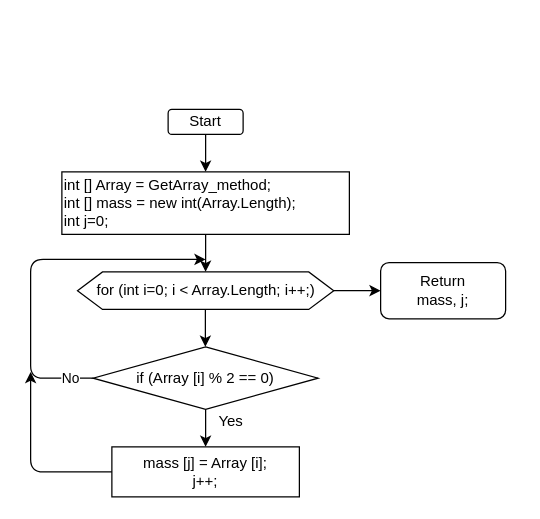
Before: 2021/BlockDiagram/GetEvenIntegers_method.drawio in AbubakirovRA/FinalWork2021, a draw.io diagram. Source tidied: cells renumbered, new cells numbered last; positions are measured from the earlier drawing's top-left corner, leaving out a move shared by most shapes. Both pictures are drawn from the tidied source at 125%, with x=0, y=0 at pixel (30, 109).
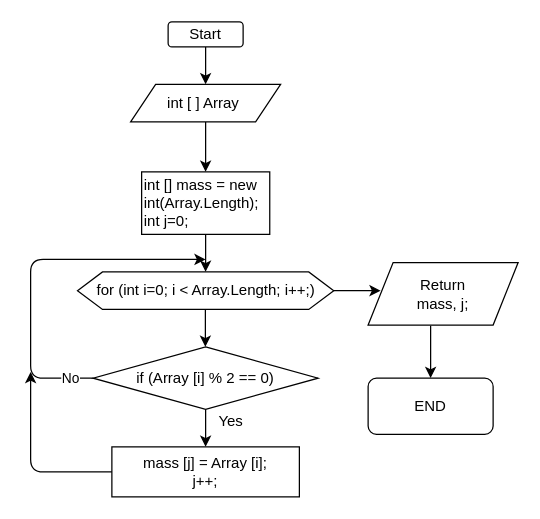
After the change.

Diff of the diagram source:
```diff
@@
     <mxCell id="2" value="Start" style="rounded=1;whiteSpace=wrap;html=1;" parent="1" vertex="1">
-      <mxGeometry x="110" width="60" height="20" as="geometry" />
+      <mxGeometry x="110" y="-70" width="60" height="20" as="geometry" />
     </mxCell>
     <mxCell id="3" style="endArrow=classic;html=1;exitX=0.5;exitY=1;exitDx=0;exitDy=0;" parent="1" edge="1" source="2">
       <mxGeometry relative="1" as="geometry">
-        <mxPoint x="140" y="50" as="targetPoint" />
+        <mxPoint x="140" y="-20" as="targetPoint" />
       </mxGeometry>
     </mxCell>
-    <mxCell id="4" value="int [] Array = GetArray_method;&lt;br&gt;int [] mass = new int(Array.Length);&lt;br&gt;int j=0;" style="rounded=0;whiteSpace=wrap;html=1;align=left;" parent="1" vertex="1">
-      <mxGeometry x="25" y="50" width="230" height="50" as="geometry" />
+    <mxCell id="4" value="int [] mass = new int(Array.Length);&lt;br&gt;int j=0;" style="rounded=0;whiteSpace=wrap;html=1;align=left;" parent="1" vertex="1">
+      <mxGeometry x="88.8" y="50" width="102.5" height="50" as="geometry" />
     </mxCell>
@@
-    <mxCell id="14" value="Return &lt;br&gt;mass, j;" style="rounded=1;whiteSpace=wrap;html=1;" parent="1" vertex="1">
-      <mxGeometry x="280" y="122.5" width="100" height="45" as="geometry" />
+    <mxCell id="14" value="END" style="rounded=1;whiteSpace=wrap;html=1;" parent="1" vertex="1">
+      <mxGeometry x="270" y="215" width="100" height="45" as="geometry" />
     </mxCell>
@@
+    <mxCell id="17" value="&lt;span style=&quot;text-align: left&quot;&gt;int [ ] Array&amp;nbsp;&lt;/span&gt;" style="shape=parallelogram;perimeter=parallelogramPerimeter;whiteSpace=wrap;html=1;fixedSize=1;" parent="1" vertex="1">
+      <mxGeometry x="80" y="-20" width="120" height="30" as="geometry" />
+    </mxCell>
+    <mxCell id="18" style="endArrow=classic;html=1;exitX=0.5;exitY=1;exitDx=0;exitDy=0;" parent="1" edge="1">
+      <mxGeometry relative="1" as="geometry">
+        <mxPoint x="140" y="10" as="sourcePoint" />
+        <mxPoint x="140" y="50" as="targetPoint" />
+      </mxGeometry>
+    </mxCell>
+    <mxCell id="19" value="&lt;span&gt;Return&lt;/span&gt;&lt;br&gt;&lt;span&gt;mass, j;&lt;/span&gt;" style="shape=parallelogram;perimeter=parallelogramPerimeter;whiteSpace=wrap;html=1;fixedSize=1;" parent="1" vertex="1">
+      <mxGeometry x="270" y="122.5" width="120" height="50" as="geometry" />
+    </mxCell>
+    <mxCell id="20" style="endArrow=classic;html=1;entryX=0.5;entryY=0;entryDx=0;entryDy=0;" parent="1" edge="1" target="14">
+      <mxGeometry relative="1" as="geometry">
+        <mxPoint x="320" y="173" as="sourcePoint" />
+      </mxGeometry>
+    </mxCell>
```
